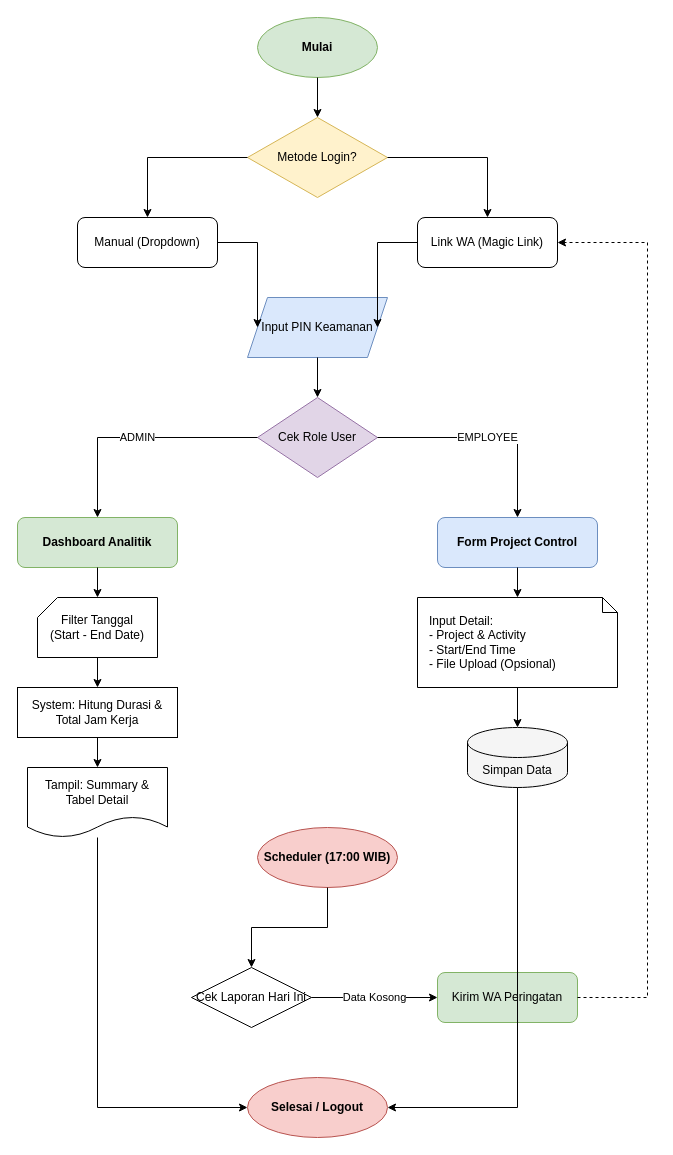
Eara032/drawio keeps this draw.io diagram as t.drawio. Above is the earlier version. Source tidied: cells renumbered, new cells numbered last; positions are measured from the earlier drawing's top-left corner, leaving out a move shared by most shapes. Both pictures are drawn from the tidied source at 100%, with x=0, y=0 at pixel (17, 17).
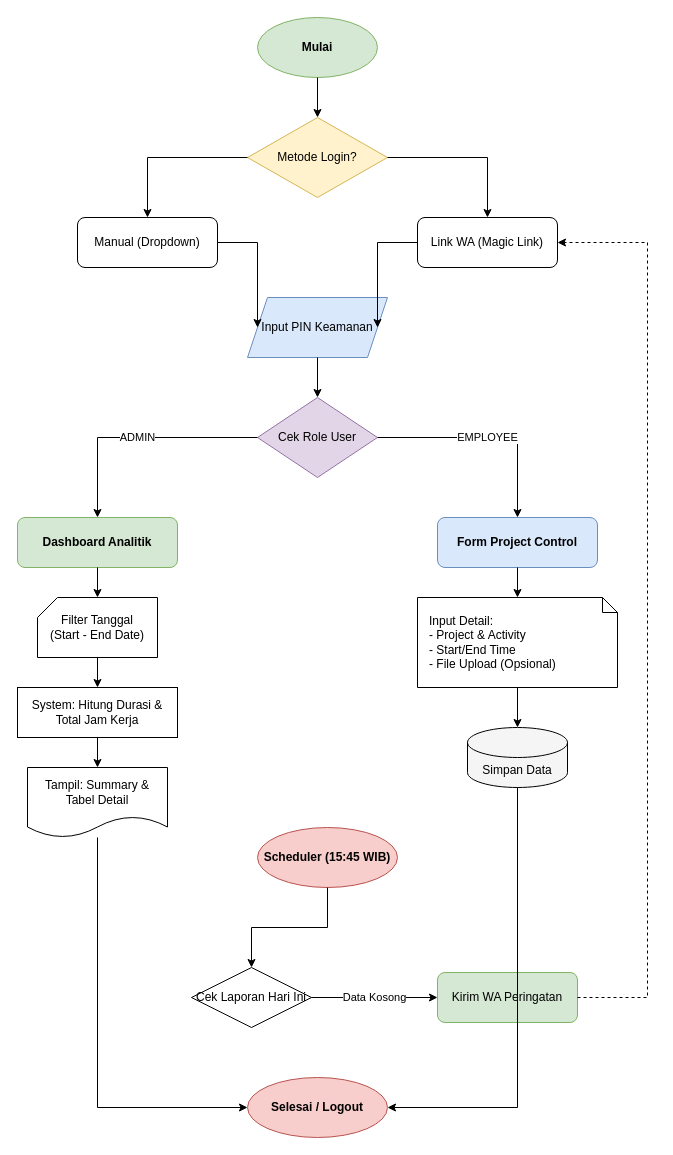
After the change.

Diff of the diagram source:
```diff
@@
-    <mxCell id="28" value="Scheduler (17:00 WIB)" style="ellipse;whiteSpace=wrap;html=1;fillColor=#f8cecc;strokeColor=#b85450;fontStyle=1;" parent="1" vertex="1">
+    <mxCell id="28" value="Scheduler (15:45 WIB)" style="ellipse;whiteSpace=wrap;html=1;fillColor=#f8cecc;strokeColor=#b85450;fontStyle=1;" parent="1" vertex="1">
       <mxGeometry x="240" y="810" width="140" height="60" as="geometry" />
     </mxCell>
```
